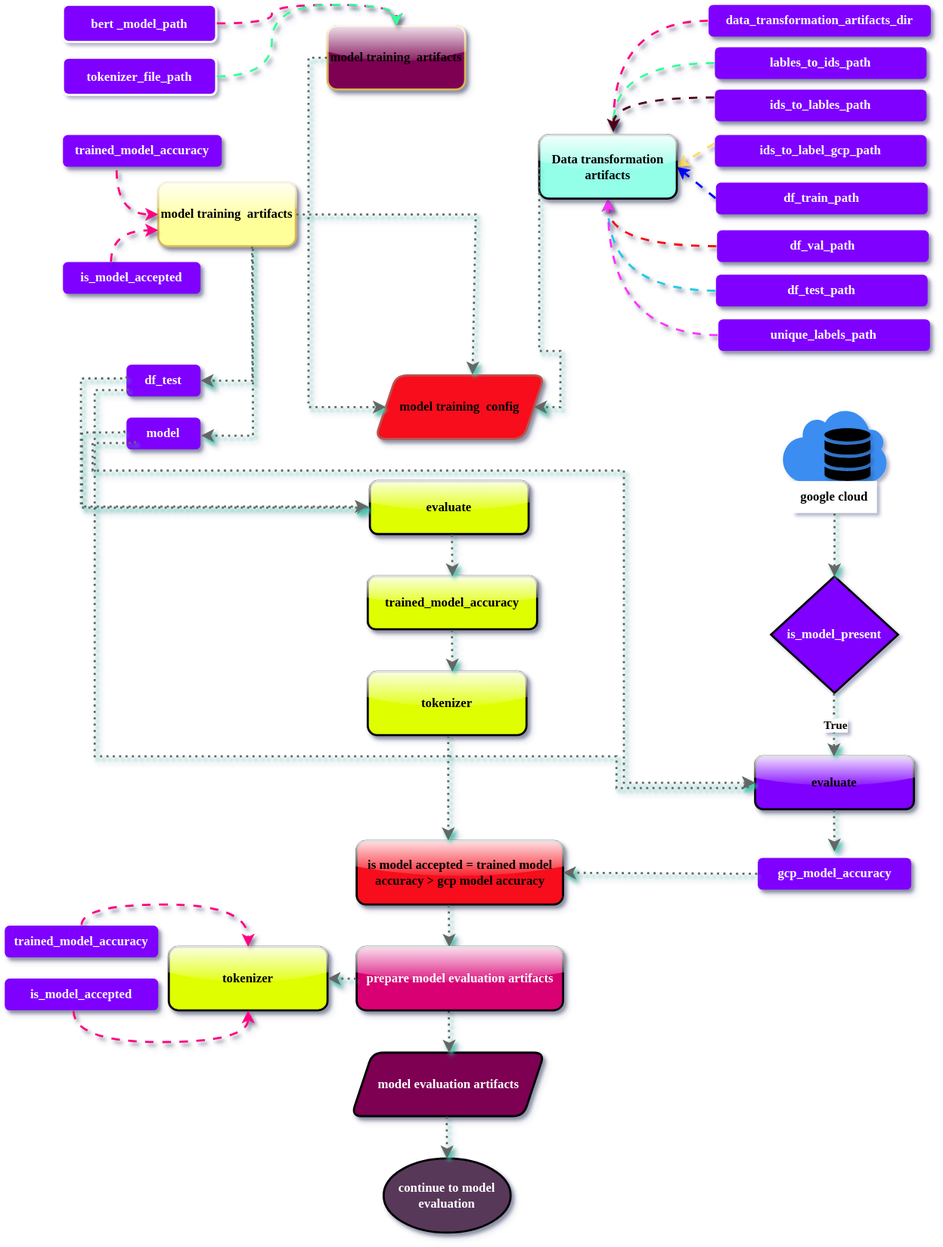
The draw.io diagram flow_charts/model_evaluation.svg in AIWalaBro/Named_Entity_Recognition, before a commit. Source tidied: cells renumbered, new cells last; positions are measured from the earlier drawing's top-left corner, leaving out a move shared by most shapes.
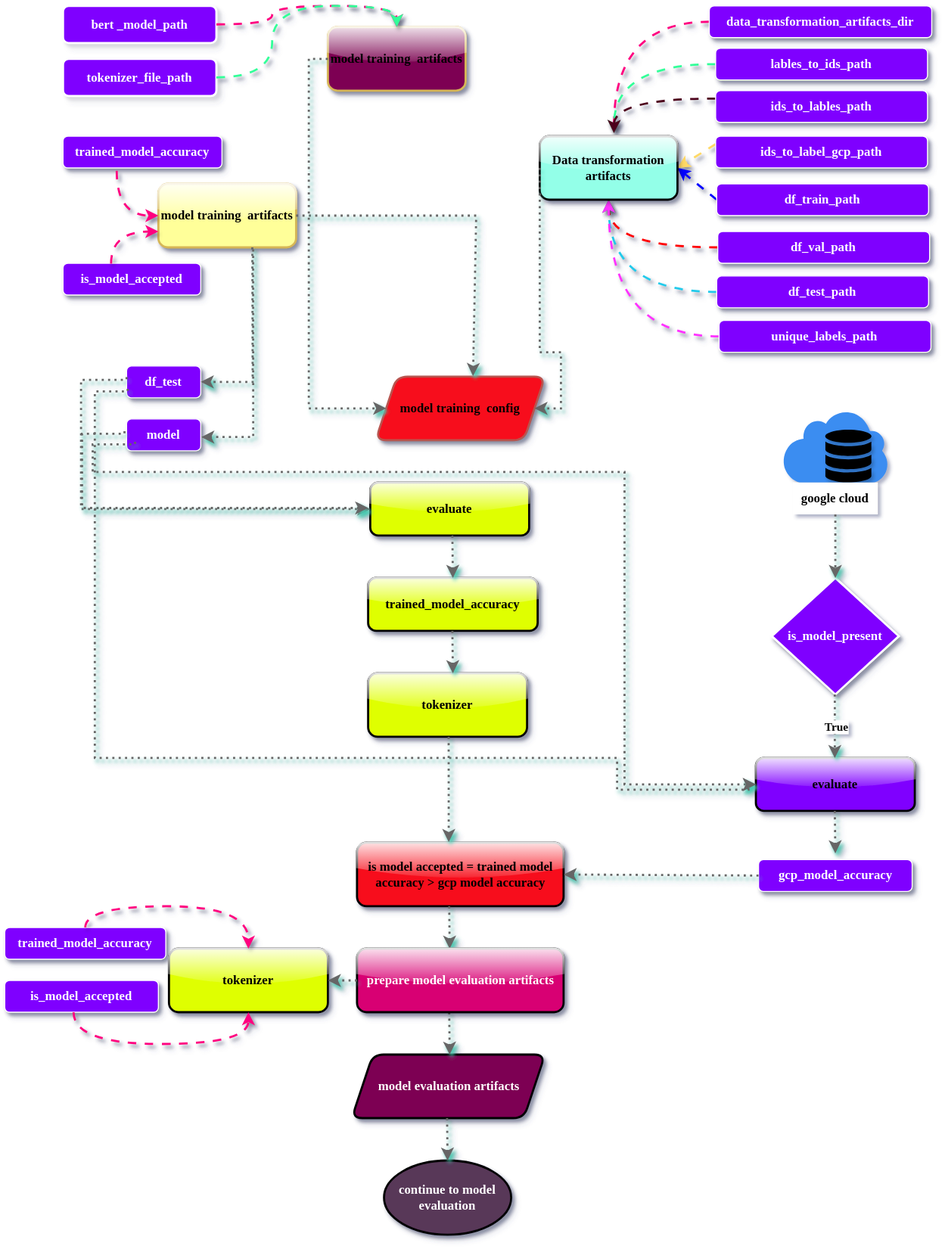
Later version of the same file.

The edit, as a diff of the source:
```diff
@@ -2,10 +2,10 @@
   <root>
     <mxCell id="0" />
     <mxCell id="1" parent="0" />
-    <mxCell id="2" value="&lt;font face=&quot;Tahoma&quot; color=&quot;#ffffff&quot;&gt;&lt;b&gt;bert _model_path&lt;/b&gt;&lt;/font&gt;" style="rounded=1;whiteSpace=wrap;html=1;strokeWidth=2;fillColor=#7F00FF;strokeColor=#FFFFFF;" parent="1" vertex="1">
+    <mxCell id="2" value="&lt;font face=&quot;Tahoma&quot; color=&quot;#ffffff&quot;&gt;&lt;b&gt;bert _model_path&lt;/b&gt;&lt;/font&gt;" style="rounded=1;whiteSpace=wrap;html=1;strokeWidth=2;fillColor=#7F00FF;strokeColor=#FFFFFF;shadow=1;shadowColor=#FFFFFF;" parent="1" vertex="1">
       <mxGeometry x="55" width="144.8" height="35" as="geometry" />
     </mxCell>
-    <mxCell id="3" value="&lt;font face=&quot;Tahoma&quot; color=&quot;#ffffff&quot;&gt;&lt;b&gt;tokenizer_file_path&lt;/b&gt;&lt;/font&gt;" style="rounded=1;whiteSpace=wrap;html=1;strokeWidth=2;fillColor=#7F00FF;strokeColor=#FFFFFF;" parent="1" vertex="1">
+    <mxCell id="3" value="&lt;font face=&quot;Tahoma&quot; color=&quot;#ffffff&quot;&gt;&lt;b&gt;tokenizer_file_path&lt;/b&gt;&lt;/font&gt;" style="rounded=1;whiteSpace=wrap;html=1;strokeWidth=2;fillColor=#7F00FF;strokeColor=#FFFFFF;shadow=1;shadowColor=#FFFFFF;" parent="1" vertex="1">
       <mxGeometry x="55" y="50" width="144.8" height="35" as="geometry" />
     </mxCell>
     <mxCell id="4" value="&lt;span&gt;&lt;font style=&quot;&quot; face=&quot;Tahoma&quot;&gt;&lt;b&gt;model training&amp;nbsp; artifacts&lt;/b&gt;&lt;/font&gt;&lt;/span&gt;" style="rounded=1;whiteSpace=wrap;html=1;strokeWidth=2;fillColor=#7D0552;strokeColor=#d6b656;shadow=1;glass=1;" parent="1" vertex="1">
@@ -19,7 +19,7 @@
         <mxPoint x="575" y="120" as="targetPoint" />
       </mxGeometry>
     </mxCell>
-    <mxCell id="7" value="&lt;font color=&quot;#ffffff&quot;&gt;data_transformation_artifacts_dir&lt;/font&gt;" style="text;html=1;align=center;verticalAlign=middle;whiteSpace=wrap;rounded=1;fillColor=#7F00FF;shadow=1;glass=0;fontFamily=Tahoma;fontStyle=1;" parent="1" vertex="1">
+    <mxCell id="7" value="&lt;font color=&quot;#ffffff&quot;&gt;data_transformation_artifacts_dir&lt;/font&gt;" style="text;html=1;align=center;verticalAlign=middle;whiteSpace=wrap;rounded=1;fillColor=#7F00FF;shadow=1;glass=0;fontFamily=Tahoma;fontStyle=1;shadowColor=#000000;strokeColor=#FFFFFF;" parent="1" vertex="1">
       <mxGeometry x="665" width="210" height="30" as="geometry" />
     </mxCell>
     <mxCell id="8" style="edgeStyle=orthogonalEdgeStyle;curved=1;rounded=0;jettySize=auto;html=1;exitX=0;exitY=0.5;exitDx=0;exitDy=0;strokeWidth=2;strokeColor=#33FF99;flowAnimation=1;shadow=1;" parent="1" edge="1" source="9">
@@ -27,7 +27,7 @@
         <mxPoint x="575" y="120" as="targetPoint" />
       </mxGeometry>
     </mxCell>
-    <mxCell id="9" value="&lt;font color=&quot;#ffffff&quot;&gt;lables_to_ids_path&lt;/font&gt;" style="text;html=1;align=center;verticalAlign=middle;whiteSpace=wrap;rounded=1;fillColor=#7F00FF;shadow=1;glass=0;fontFamily=Tahoma;fontStyle=1;" parent="1" vertex="1">
+    <mxCell id="9" value="&lt;font color=&quot;#ffffff&quot;&gt;lables_to_ids_path&lt;/font&gt;" style="text;html=1;align=center;verticalAlign=middle;whiteSpace=wrap;rounded=1;fillColor=#7F00FF;shadow=1;glass=0;fontFamily=Tahoma;fontStyle=1;shadowColor=#000000;strokeColor=#FFFFFF;" parent="1" vertex="1">
       <mxGeometry x="671" y="40" width="200" height="30" as="geometry" />
     </mxCell>
     <mxCell id="10" style="edgeStyle=orthogonalEdgeStyle;curved=1;rounded=0;jettySize=auto;html=1;exitX=0;exitY=0.25;exitDx=0;exitDy=0;strokeWidth=2;strokeColor=#4D051C;flowAnimation=1;shadow=1;" parent="1" edge="1" source="11">
@@ -35,7 +35,7 @@
         <mxPoint x="575" y="120" as="targetPoint" />
       </mxGeometry>
     </mxCell>
-    <mxCell id="11" value="&lt;font color=&quot;#ffffff&quot;&gt;ids_to_lables_path&lt;/font&gt;" style="text;html=1;align=center;verticalAlign=middle;whiteSpace=wrap;rounded=1;fillColor=#7F00FF;shadow=1;glass=0;fontFamily=Tahoma;fontStyle=1;" parent="1" vertex="1">
+    <mxCell id="11" value="&lt;font color=&quot;#ffffff&quot;&gt;ids_to_lables_path&lt;/font&gt;" style="text;html=1;align=center;verticalAlign=middle;whiteSpace=wrap;rounded=1;fillColor=#7F00FF;shadow=1;glass=0;fontFamily=Tahoma;fontStyle=1;shadowColor=#000000;strokeColor=#FFFFFF;" parent="1" vertex="1">
       <mxGeometry x="671" y="80" width="200" height="30" as="geometry" />
     </mxCell>
     <mxCell id="12" style="edgeStyle=none;rounded=0;jettySize=auto;html=1;exitX=0;exitY=0.25;exitDx=0;exitDy=0;entryX=1;entryY=0.5;entryDx=0;entryDy=0;strokeWidth=2;strokeColor=#FFD966;flowAnimation=1;shadow=1;" parent="1" edge="1" source="13">
@@ -43,7 +43,7 @@
         <mxPoint x="635" y="153" as="targetPoint" />
       </mxGeometry>
     </mxCell>
-    <mxCell id="13" value="&lt;font color=&quot;#ffffff&quot;&gt;ids_to_label_gcp_path&lt;/font&gt;" style="text;html=1;align=center;verticalAlign=middle;whiteSpace=wrap;rounded=1;fillColor=#7F00FF;shadow=1;glass=0;fontFamily=Tahoma;fontStyle=1;" parent="1" vertex="1">
+    <mxCell id="13" value="&lt;font color=&quot;#ffffff&quot;&gt;ids_to_label_gcp_path&lt;/font&gt;" style="text;html=1;align=center;verticalAlign=middle;whiteSpace=wrap;rounded=1;fillColor=#7F00FF;shadow=1;glass=0;fontFamily=Tahoma;fontStyle=1;shadowColor=#000000;strokeColor=#FFFFFF;" parent="1" vertex="1">
       <mxGeometry x="671" y="123" width="200" height="30" as="geometry" />
     </mxCell>
     <mxCell id="14" style="edgeStyle=none;rounded=0;jettySize=auto;html=1;exitX=0;exitY=0.5;exitDx=0;exitDy=0;entryX=1;entryY=0.5;entryDx=0;entryDy=0;strokeWidth=2;strokeColor=#0000FF;flowAnimation=1;shadow=1;" parent="1" edge="1" source="15">
@@ -51,7 +51,7 @@
         <mxPoint x="635" y="153" as="targetPoint" />
       </mxGeometry>
     </mxCell>
-    <mxCell id="15" value="&lt;font color=&quot;#ffffff&quot;&gt;df_train_path&lt;/font&gt;" style="text;html=1;align=center;verticalAlign=middle;whiteSpace=wrap;rounded=1;fillColor=#7F00FF;shadow=1;glass=0;fontFamily=Tahoma;fontStyle=1;" parent="1" vertex="1">
+    <mxCell id="15" value="&lt;font color=&quot;#ffffff&quot;&gt;df_train_path&lt;/font&gt;" style="text;html=1;align=center;verticalAlign=middle;whiteSpace=wrap;rounded=1;fillColor=#7F00FF;shadow=1;glass=0;fontFamily=Tahoma;fontStyle=1;shadowColor=#000000;strokeColor=#FFFFFF;" parent="1" vertex="1">
       <mxGeometry x="672" y="168" width="200" height="30" as="geometry" />
     </mxCell>
     <mxCell id="16" style="edgeStyle=orthogonalEdgeStyle;curved=1;rounded=0;jettySize=auto;html=1;exitX=0;exitY=0.5;exitDx=0;exitDy=0;entryX=0.5;entryY=1;entryDx=0;entryDy=0;strokeWidth=2;strokeColor=#FF0000;flowAnimation=1;shadow=1;" parent="1" edge="1" source="17">
@@ -59,7 +59,7 @@
         <mxPoint x="570" y="183" as="targetPoint" />
       </mxGeometry>
     </mxCell>
-    <mxCell id="17" value="&lt;font color=&quot;#ffffff&quot;&gt;df_val_path&lt;/font&gt;" style="text;html=1;align=center;verticalAlign=middle;whiteSpace=wrap;rounded=1;fillColor=#7F00FF;shadow=1;glass=0;fontFamily=Tahoma;fontStyle=1;" parent="1" vertex="1">
+    <mxCell id="17" value="&lt;font color=&quot;#ffffff&quot;&gt;df_val_path&lt;/font&gt;" style="text;html=1;align=center;verticalAlign=middle;whiteSpace=wrap;rounded=1;fillColor=#7F00FF;shadow=1;glass=0;fontFamily=Tahoma;fontStyle=1;shadowColor=#000000;strokeColor=#FFFFFF;" parent="1" vertex="1">
       <mxGeometry x="673" y="213" width="200" height="30" as="geometry" />
     </mxCell>
     <mxCell id="18" style="edgeStyle=orthogonalEdgeStyle;curved=1;rounded=0;jettySize=auto;html=1;exitX=0;exitY=0.5;exitDx=0;exitDy=0;entryX=0.5;entryY=1;entryDx=0;entryDy=0;strokeWidth=2;strokeColor=#23CAEB;flowAnimation=1;shadow=1;" parent="1" edge="1" source="19">
@@ -67,7 +67,7 @@
         <mxPoint x="570" y="183" as="targetPoint" />
       </mxGeometry>
     </mxCell>
-    <mxCell id="19" value="&lt;font color=&quot;#ffffff&quot;&gt;df_test_path&lt;/font&gt;" style="text;html=1;align=center;verticalAlign=middle;whiteSpace=wrap;rounded=1;fillColor=#7F00FF;shadow=1;glass=0;fontFamily=Tahoma;fontStyle=1;" parent="1" vertex="1">
+    <mxCell id="19" value="&lt;font color=&quot;#ffffff&quot;&gt;df_test_path&lt;/font&gt;" style="text;html=1;align=center;verticalAlign=middle;whiteSpace=wrap;rounded=1;fillColor=#7F00FF;shadow=1;glass=0;fontFamily=Tahoma;fontStyle=1;shadowColor=#000000;strokeColor=#FFFFFF;" parent="1" vertex="1">
       <mxGeometry x="672" y="255" width="200" height="30" as="geometry" />
     </mxCell>
     <mxCell id="20" style="edgeStyle=orthogonalEdgeStyle;curved=1;rounded=0;jettySize=auto;html=1;exitX=0;exitY=0.5;exitDx=0;exitDy=0;entryX=0.5;entryY=1;entryDx=0;entryDy=0;strokeWidth=2;strokeColor=#FF33FF;flowAnimation=1;shadow=1;" parent="1" edge="1" source="21">
@@ -75,7 +75,7 @@
         <mxPoint x="570" y="183" as="targetPoint" />
       </mxGeometry>
     </mxCell>
-    <mxCell id="21" value="&lt;font color=&quot;#ffffff&quot;&gt;unique_labels_path&lt;/font&gt;" style="text;html=1;align=center;verticalAlign=middle;whiteSpace=wrap;rounded=1;fillColor=#7F00FF;shadow=1;glass=0;fontFamily=Tahoma;fontStyle=1;" parent="1" vertex="1">
+    <mxCell id="21" value="&lt;font color=&quot;#ffffff&quot;&gt;unique_labels_path&lt;/font&gt;" style="text;html=1;align=center;verticalAlign=middle;whiteSpace=wrap;rounded=1;fillColor=#7F00FF;shadow=1;glass=0;fontFamily=Tahoma;fontStyle=1;shadowColor=#000000;strokeColor=#FFFFFF;" parent="1" vertex="1">
       <mxGeometry x="674.2" y="297" width="200" height="30" as="geometry" />
     </mxCell>
     <mxCell id="22" value="&lt;span&gt;&lt;font style=&quot;&quot; face=&quot;Tahoma&quot;&gt;&lt;b&gt;Data transformation artifacts&lt;/b&gt;&lt;/font&gt;&lt;/span&gt;" style="rounded=1;whiteSpace=wrap;html=1;strokeWidth=2;fillColor=#93FFE8;glass=1;shadow=1;" parent="1" vertex="1">
@@ -90,10 +90,10 @@
     <mxCell id="25" value="&lt;span&gt;&lt;font style=&quot;&quot; face=&quot;Tahoma&quot;&gt;&lt;b&gt;model training&amp;nbsp; artifacts&lt;/b&gt;&lt;/font&gt;&lt;/span&gt;" style="rounded=1;whiteSpace=wrap;html=1;strokeWidth=2;fillColor=#FFFF99;strokeColor=#d6b656;shadow=1;glass=1;" parent="1" vertex="1">
       <mxGeometry x="145" y="168" width="130" height="60" as="geometry" />
     </mxCell>
-    <mxCell id="26" value="&lt;font color=&quot;#ffffff&quot;&gt;trained_model_accuracy&lt;/font&gt;" style="text;html=1;align=center;verticalAlign=middle;whiteSpace=wrap;rounded=1;fillColor=#7F00FF;shadow=1;glass=0;fontFamily=Tahoma;fontStyle=1;" parent="1" vertex="1">
+    <mxCell id="26" value="&lt;font color=&quot;#ffffff&quot;&gt;trained_model_accuracy&lt;/font&gt;" style="text;html=1;align=center;verticalAlign=middle;whiteSpace=wrap;rounded=1;fillColor=#7F00FF;shadow=1;glass=0;fontFamily=Tahoma;fontStyle=1;shadowColor=#000000;strokeColor=#FFFFFF;" parent="1" vertex="1">
       <mxGeometry x="55" y="123" width="150" height="30" as="geometry" />
     </mxCell>
-    <mxCell id="27" value="&lt;font color=&quot;#ffffff&quot;&gt;is_model_accepted&lt;/font&gt;" style="text;html=1;align=center;verticalAlign=middle;whiteSpace=wrap;rounded=1;fillColor=#7F00FF;shadow=1;glass=0;fontFamily=Tahoma;fontStyle=1;" parent="1" vertex="1">
+    <mxCell id="27" value="&lt;font color=&quot;#ffffff&quot;&gt;is_model_accepted&lt;/font&gt;" style="text;html=1;align=center;verticalAlign=middle;whiteSpace=wrap;rounded=1;fillColor=#7F00FF;shadow=1;glass=0;fontFamily=Tahoma;fontStyle=1;shadowColor=#000000;strokeColor=#FFFFFF;" parent="1" vertex="1">
       <mxGeometry x="55" y="243" width="130" height="30" as="geometry" />
     </mxCell>
     <mxCell id="28" style="edgeStyle=orthogonalEdgeStyle;curved=1;rounded=0;jettySize=auto;html=1;strokeWidth=2;strokeColor=#FF0080;flowAnimation=1;shadow=1;entryX=0;entryY=0.5;entryDx=0;entryDy=0;exitX=0.338;exitY=1.089;exitDx=0;exitDy=0;exitPerimeter=0;" parent="1" edge="1" source="26" target="25">
@@ -126,10 +126,10 @@
     <mxCell id="34" style="edgeStyle=orthogonalEdgeStyle;curved=1;rounded=0;jettySize=auto;html=1;strokeWidth=2;strokeColor=#FF0080;flowAnimation=1;shadow=1;entryX=0;entryY=0.75;entryDx=0;entryDy=0;exitX=0.349;exitY=0.011;exitDx=0;exitDy=0;exitPerimeter=0;" parent="1" edge="1" source="27" target="25">
       <mxGeometry relative="1" as="geometry" />
     </mxCell>
-    <mxCell id="35" value="&lt;font color=&quot;#ffffff&quot;&gt;df_test&lt;/font&gt;" style="text;html=1;align=center;verticalAlign=middle;whiteSpace=wrap;rounded=1;fillColor=#7F00FF;shadow=1;glass=0;fontFamily=Tahoma;fontStyle=1;" parent="1" vertex="1">
+    <mxCell id="35" value="&lt;font color=&quot;#ffffff&quot;&gt;df_test&lt;/font&gt;" style="text;html=1;align=center;verticalAlign=middle;whiteSpace=wrap;rounded=1;fillColor=#7F00FF;shadow=1;glass=0;fontFamily=Tahoma;fontStyle=1;shadowColor=#000000;strokeColor=#FFFFFF;" parent="1" vertex="1">
       <mxGeometry x="115" y="340" width="70" height="30" as="geometry" />
     </mxCell>
-    <mxCell id="36" value="&lt;font color=&quot;#ffffff&quot;&gt;model&lt;/font&gt;" style="text;html=1;align=center;verticalAlign=middle;whiteSpace=wrap;rounded=1;fillColor=#7F00FF;shadow=1;glass=0;fontFamily=Tahoma;fontStyle=1;" parent="1" vertex="1">
+    <mxCell id="36" value="&lt;font color=&quot;#ffffff&quot;&gt;model&lt;/font&gt;" style="text;html=1;align=center;verticalAlign=middle;whiteSpace=wrap;rounded=1;fillColor=#7F00FF;shadow=1;glass=0;fontFamily=Tahoma;fontStyle=1;shadowColor=#000000;strokeColor=#FFFFFF;" parent="1" vertex="1">
       <mxGeometry x="115" y="390" width="70" height="30" as="geometry" />
     </mxCell>
     <mxCell id="37" style="edgeStyle=none;rounded=0;jettySize=auto;html=1;exitX=0.682;exitY=1;exitDx=0;exitDy=0;entryX=1;entryY=0.5;entryDx=0;entryDy=0;strokeWidth=2;dashed=1;dashPattern=1 2;shadow=1;flowAnimation=1;strokeColor=#666666;shadowColor=#48C9B0;shadowOpacity=100;exitPerimeter=0;" parent="1" edge="1" source="25" target="35">
@@ -186,7 +186,7 @@
     <mxCell id="44" value="&lt;font face=&quot;Tahoma&quot;&gt;&lt;b&gt;google cloud&lt;/b&gt;&lt;/font&gt;" style="text;strokeColor=none;align=center;fillColor=default;html=1;verticalAlign=middle;whiteSpace=wrap;rounded=0;" parent="1" vertex="1">
       <mxGeometry x="744" y="450" width="80" height="30" as="geometry" />
     </mxCell>
-    <mxCell id="45" value="&lt;font color=&quot;#ffffff&quot; face=&quot;Tahoma&quot;&gt;&lt;b&gt;is_model_present&lt;/b&gt;&lt;/font&gt;" style="rhombus;whiteSpace=wrap;html=1;strokeWidth=2;fillColor=#7F00FF;" parent="1" vertex="1">
+    <mxCell id="45" value="&lt;font color=&quot;#ffffff&quot; face=&quot;Tahoma&quot;&gt;&lt;b&gt;is_model_present&lt;/b&gt;&lt;/font&gt;" style="rhombus;whiteSpace=wrap;html=1;strokeWidth=2;fillColor=#7F00FF;strokeColor=#FFFFFF;shadow=1;shadowColor=#000000;" parent="1" vertex="1">
       <mxGeometry x="724" y="540" width="120" height="110" as="geometry" />
     </mxCell>
     <mxCell id="46" style="edgeStyle=none;rounded=0;jettySize=auto;html=1;exitX=0.5;exitY=1;exitDx=0;exitDy=0;entryX=0.5;entryY=0;entryDx=0;entryDy=0;strokeWidth=2;dashed=1;dashPattern=1 2;shadow=1;flowAnimation=1;strokeColor=#666666;shadowColor=#48C9B0;shadowOpacity=100;" parent="1" edge="1" source="44" target="45">
@@ -232,7 +232,7 @@
         </Array>
       </mxGeometry>
     </mxCell>
-    <mxCell id="52" value="&lt;font color=&quot;#ffffff&quot;&gt;gcp_model_accuracy&lt;/font&gt;" style="text;html=1;align=center;verticalAlign=middle;whiteSpace=wrap;rounded=1;fillColor=#7F00FF;shadow=1;glass=0;fontFamily=Tahoma;fontStyle=1;" parent="1" vertex="1">
+    <mxCell id="52" value="&lt;font color=&quot;#ffffff&quot;&gt;gcp_model_accuracy&lt;/font&gt;" style="text;html=1;align=center;verticalAlign=middle;whiteSpace=wrap;rounded=1;fillColor=#7F00FF;shadow=1;glass=0;fontFamily=Tahoma;fontStyle=1;shadowColor=#000000;strokeColor=#FFFFFF;" parent="1" vertex="1">
       <mxGeometry x="711.5" y="806" width="145" height="30" as="geometry" />
     </mxCell>
     <mxCell id="53" value="&lt;span style=&quot;color: rgb(0, 0, 0); font-family: Tahoma; font-weight: 700;&quot;&gt;is model accepted = trained model accuracy &amp;gt; gcp model accuracy&lt;/span&gt;" style="rounded=1;whiteSpace=wrap;html=1;strokeWidth=2;fillColor=#F70D1A;fontColor=#ffffff;strokeColor=#000000;shadow=1;glass=1;" parent="1" vertex="1">
@@ -281,10 +281,10 @@
         <mxPoint x="420" y="990" as="targetPoint" />
       </mxGeometry>
     </mxCell>
-    <mxCell id="63" value="&lt;font color=&quot;#ffffff&quot;&gt;trained_model_accuracy&lt;/font&gt;" style="text;html=1;align=center;verticalAlign=middle;whiteSpace=wrap;rounded=1;fillColor=#7F00FF;shadow=1;glass=0;fontFamily=Tahoma;fontStyle=1;" parent="1" vertex="1">
-      <mxGeometry y="870" width="145" height="30" as="geometry" />
+    <mxCell id="63" value="&lt;font color=&quot;#ffffff&quot;&gt;trained_model_accuracy&lt;/font&gt;" style="text;html=1;align=center;verticalAlign=middle;whiteSpace=wrap;rounded=1;fillColor=#7F00FF;shadow=1;glass=0;fontFamily=Tahoma;fontStyle=1;shadowColor=#000000;strokeColor=#FFFFFF;" parent="1" vertex="1">
+      <mxGeometry y="870" width="152" height="30" as="geometry" />
     </mxCell>
-    <mxCell id="64" value="&lt;font color=&quot;#ffffff&quot;&gt;is_model_accepted&lt;/font&gt;" style="text;html=1;align=center;verticalAlign=middle;whiteSpace=wrap;rounded=1;fillColor=#7F00FF;shadow=1;glass=0;fontFamily=Tahoma;fontStyle=1;" parent="1" vertex="1">
+    <mxCell id="64" value="&lt;font color=&quot;#ffffff&quot;&gt;is_model_accepted&lt;/font&gt;" style="text;html=1;align=center;verticalAlign=middle;whiteSpace=wrap;rounded=1;fillColor=#7F00FF;shadow=1;glass=0;fontFamily=Tahoma;fontStyle=1;shadowColor=#000000;strokeColor=#FFFFFF;" parent="1" vertex="1">
       <mxGeometry y="920" width="145" height="30" as="geometry" />
     </mxCell>
     <mxCell id="65" value="&lt;b&gt;&lt;font face=&quot;Tahoma&quot;&gt;prepare model evaluation artifacts&lt;/font&gt;&lt;/b&gt;" style="rounded=1;whiteSpace=wrap;html=1;strokeWidth=2;fillColor=#d80073;fontColor=#ffffff;strokeColor=#000000;shadow=1;glass=1;" parent="1" vertex="1">
```
